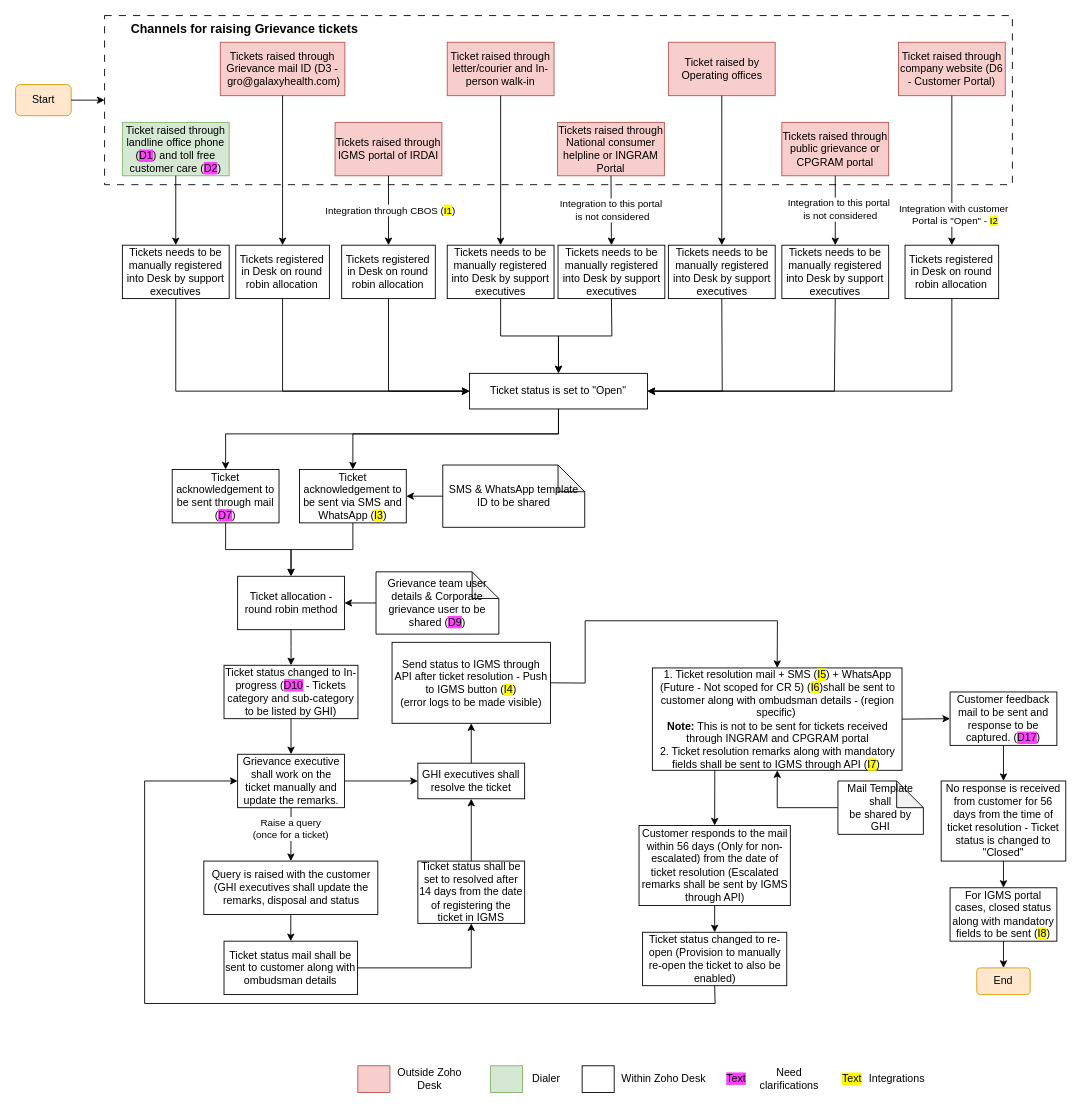
This is Grievance management.drawio from shaileshsreedar/Galaxy, a draw.io file, before an edit. Source tidied: cells renumbered, new cells numbered last; positions are measured from the earlier drawing's top-left corner, leaving out a move shared by most shapes. Both pictures are drawn from the tidied source at 89%, with x=0, y=0 at pixel (15, 15).
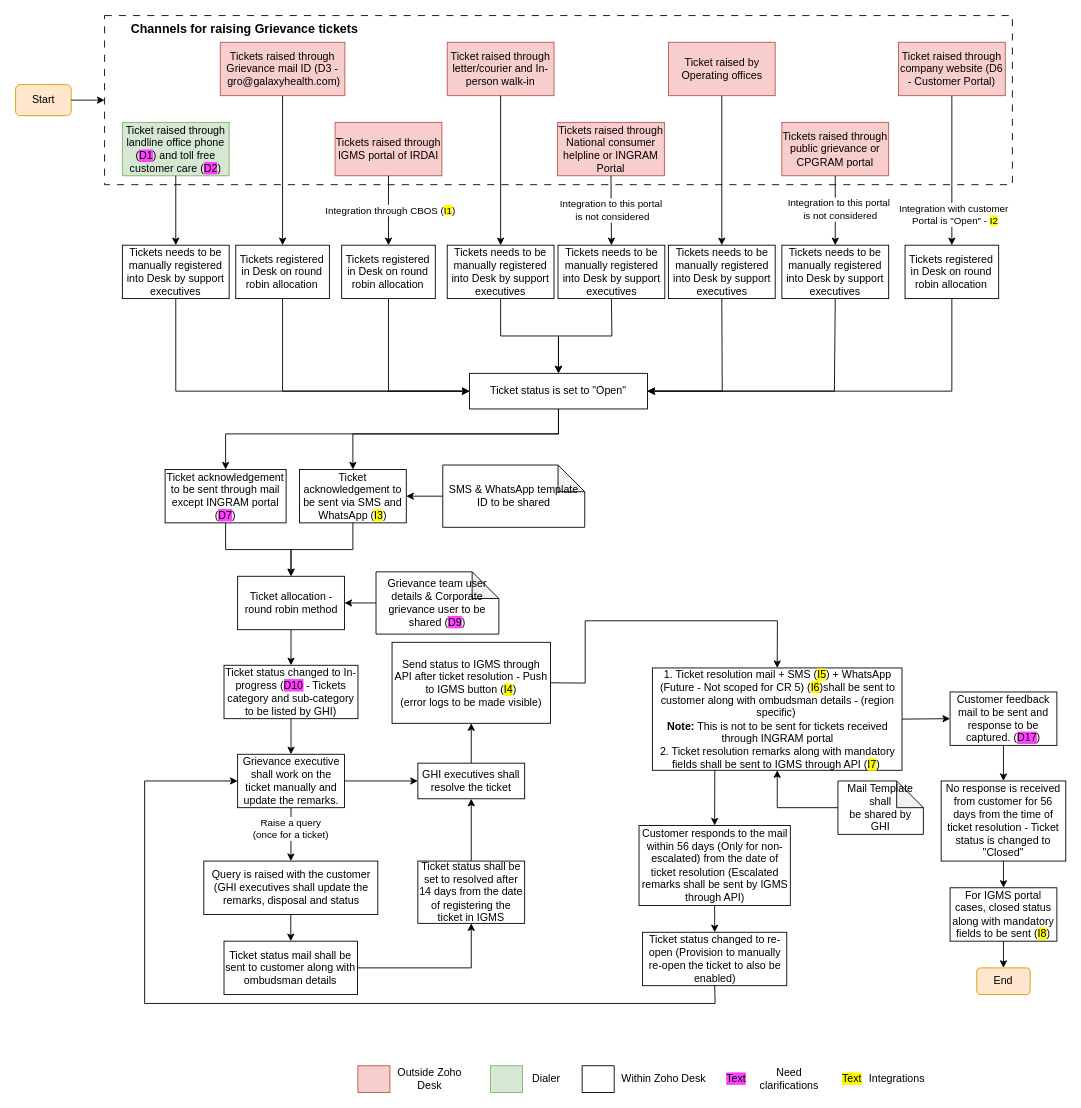
The same diagram, later.

What changed in the source:
```diff
@@
-    <mxCell id="49" value="Ticket acknowledgement to be sent through mail (&lt;span style=&quot;background-color: rgb(255, 64, 255);&quot;&gt;D7&lt;/span&gt;)" style="rounded=0;whiteSpace=wrap;html=1;" parent="1" vertex="1">
-      <mxGeometry x="176" y="510" width="120" height="60" as="geometry" />
+    <mxCell id="49" value="Ticket acknowledgement to be sent through mail except INGRAM portal (&lt;span style=&quot;background-color: rgb(255, 64, 255);&quot;&gt;D7&lt;/span&gt;)" style="rounded=0;whiteSpace=wrap;html=1;" parent="1" vertex="1">
+      <mxGeometry x="168" y="510" width="136" height="60" as="geometry" />
     </mxCell>
@@
-    <mxCell id="67" value="1. Ticket resolution mail + SMS (&lt;span style=&quot;background-color: rgb(255, 251, 0);&quot;&gt;I5&lt;/span&gt;) + WhatsApp (Future - Not scoped for CR 5) (&lt;span style=&quot;background-color: rgb(255, 251, 0);&quot;&gt;I6&lt;/span&gt;)shall be sent to customer along with ombudsman details - (region specific)&amp;nbsp;&lt;div&gt;&lt;b&gt;Note:&lt;/b&gt; This is not to be sent for tickets received through INGRAM and CPGRAM portal&lt;br&gt;&lt;div&gt;2. Ticket resolution remarks along with mandatory fields shall be sent to IGMS through API (&lt;span style=&quot;background-color: rgb(255, 251, 0);&quot;&gt;I7&lt;/span&gt;)&amp;nbsp;&lt;br&gt;&lt;/div&gt;&lt;/div&gt;" style="rounded=0;whiteSpace=wrap;html=1;" parent="1" vertex="1">
+    <mxCell id="67" value="1. Ticket resolution mail + SMS (&lt;span style=&quot;background-color: rgb(255, 251, 0);&quot;&gt;I5&lt;/span&gt;) + WhatsApp (Future - Not scoped for CR 5) (&lt;span style=&quot;background-color: rgb(255, 251, 0);&quot;&gt;I6&lt;/span&gt;)shall be sent to customer along with ombudsman details - (region specific)&amp;nbsp;&lt;div&gt;&lt;b&gt;Note:&lt;/b&gt; This is not to be sent for tickets received through INGRAM portal&lt;br&gt;&lt;div&gt;2. Ticket resolution remarks along with mandatory fields shall be sent to IGMS through API (&lt;span style=&quot;background-color: rgb(255, 251, 0);&quot;&gt;I7&lt;/span&gt;)&amp;nbsp;&lt;br&gt;&lt;/div&gt;&lt;/div&gt;" style="rounded=0;whiteSpace=wrap;html=1;" parent="1" vertex="1">
       <mxGeometry x="715.5" y="733" width="280.5" height="115" as="geometry" />
     </mxCell>
```
